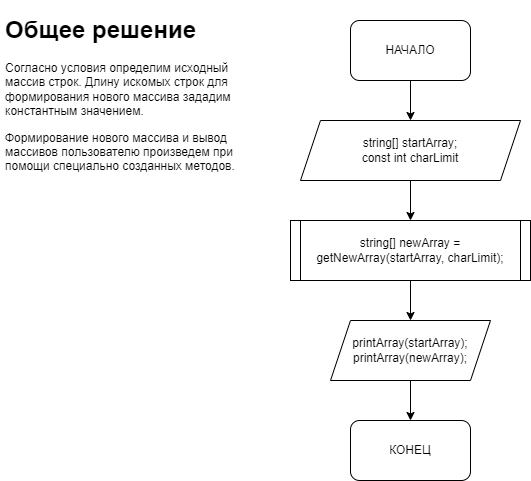
jokerjam-s/GB_ControlWork_001 keeps this draw.io diagram as Images/Main.drawio.png. Above is the earlier version. Source tidied: cells renumbered, new cells last; positions are measured from the earlier drawing's top-left corner, leaving out a move shared by most shapes. The source it was exported from:
```xml
<mxGraphModel>
  <root>
    <mxCell id="0" />
    <mxCell id="1" parent="0" />
    <mxCell id="2" style="edgeStyle=orthogonalEdgeStyle;rounded=0;jettySize=auto;html=1;exitX=0.5;exitY=1;exitDx=0;exitDy=0;entryX=0.5;entryY=0;entryDx=0;entryDy=0;" parent="1" edge="1" source="3" target="5">
      <mxGeometry relative="1" as="geometry" />
    </mxCell>
    <mxCell id="3" value="НАЧАЛО" style="rounded=1;whiteSpace=wrap;html=1;" parent="1" vertex="1">
      <mxGeometry x="350" y="10" width="120" height="60" as="geometry" />
    </mxCell>
    <mxCell id="4" style="edgeStyle=orthogonalEdgeStyle;rounded=0;jettySize=auto;html=1;exitX=0.5;exitY=1;exitDx=0;exitDy=0;entryX=0.5;entryY=0;entryDx=0;entryDy=0;" parent="1" edge="1" source="5" target="7">
      <mxGeometry relative="1" as="geometry" />
    </mxCell>
    <mxCell id="5" value="string[] startArray;&lt;br&gt;const int charLimit" style="shape=parallelogram;perimeter=parallelogramPerimeter;whiteSpace=wrap;html=1;fixedSize=1;" parent="1" vertex="1">
      <mxGeometry x="300" y="110" width="220" height="60" as="geometry" />
    </mxCell>
    <mxCell id="6" style="edgeStyle=orthogonalEdgeStyle;rounded=0;jettySize=auto;html=1;entryX=0.5;entryY=0;entryDx=0;entryDy=0;" parent="1" edge="1" source="7" target="10">
      <mxGeometry relative="1" as="geometry" />
    </mxCell>
    <mxCell id="7" value="string[] newArray = getNewArray(startArray, charLimit);" style="shape=process;whiteSpace=wrap;html=1;backgroundOutline=1;size=0.041666666666666664;" parent="1" vertex="1">
      <mxGeometry x="290" y="210" width="240" height="60" as="geometry" />
    </mxCell>
    <mxCell id="8" value="КОНЕЦ" style="rounded=1;whiteSpace=wrap;html=1;" parent="1" vertex="1">
      <mxGeometry x="350" y="410" width="120" height="60" as="geometry" />
    </mxCell>
    <mxCell id="9" style="edgeStyle=orthogonalEdgeStyle;rounded=0;jettySize=auto;html=1;exitX=0.5;exitY=1;exitDx=0;exitDy=0;entryX=0.5;entryY=0;entryDx=0;entryDy=0;" parent="1" edge="1" source="10" target="8">
      <mxGeometry relative="1" as="geometry" />
    </mxCell>
    <mxCell id="10" value="printArray(startArray);&lt;br&gt;printArray(newArray);" style="shape=parallelogram;perimeter=parallelogramPerimeter;whiteSpace=wrap;html=1;fixedSize=1;" parent="1" vertex="1">
      <mxGeometry x="330" y="310" width="160" height="60" as="geometry" />
    </mxCell>
    <mxCell id="11" value="&lt;h1&gt;Общее решение&lt;/h1&gt;&lt;p&gt;Согласно условия определим исходный массив строк. Длину искомых строк для формирования нового массива зададим константным значением.&lt;/p&gt;&lt;p&gt;&lt;span style=&quot;background-color: initial;&quot;&gt;Формирование нового массива и вывод&amp;nbsp; массивов пользователю произведем при помощи специально созданных методов.&lt;/span&gt;&lt;/p&gt;" style="text;html=1;strokeColor=none;fillColor=none;spacing=5;spacingTop=-20;whiteSpace=wrap;overflow=hidden;rounded=0;" parent="1" vertex="1">
      <mxGeometry width="260" height="210" as="geometry" />
    </mxCell>
  </root>
</mxGraphModel>
```
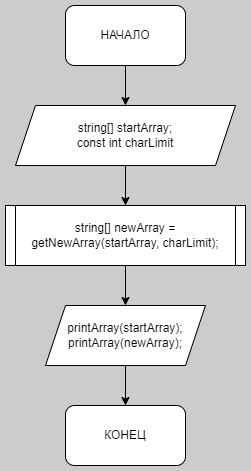
The same diagram one commit later.

The edit, as a diff of the source:
```diff
@@ -1,36 +1,33 @@
-<mxGraphModel>
+<mxGraphModel background="#CCCCCC">
   <root>
     <mxCell id="0" />
     <mxCell id="1" parent="0" />
-    <mxCell id="2" style="edgeStyle=orthogonalEdgeStyle;rounded=0;jettySize=auto;html=1;exitX=0.5;exitY=1;exitDx=0;exitDy=0;entryX=0.5;entryY=0;entryDx=0;entryDy=0;" parent="1" edge="1" source="3" target="5">
+    <mxCell id="2" style="edgeStyle=orthogonalEdgeStyle;rounded=0;jettySize=auto;html=1;exitX=0.5;exitY=1;exitDx=0;exitDy=0;entryX=0.5;entryY=0;entryDx=0;entryDy=0;strokeColor=#000000;" parent="1" edge="1" source="3" target="5">
       <mxGeometry relative="1" as="geometry" />
     </mxCell>
-    <mxCell id="3" value="НАЧАЛО" style="rounded=1;whiteSpace=wrap;html=1;" parent="1" vertex="1">
+    <mxCell id="3" value="НАЧАЛО" style="rounded=1;whiteSpace=wrap;html=1;strokeColor=#000000;" parent="1" vertex="1">
       <mxGeometry x="350" y="10" width="120" height="60" as="geometry" />
     </mxCell>
-    <mxCell id="4" style="edgeStyle=orthogonalEdgeStyle;rounded=0;jettySize=auto;html=1;exitX=0.5;exitY=1;exitDx=0;exitDy=0;entryX=0.5;entryY=0;entryDx=0;entryDy=0;" parent="1" edge="1" source="5" target="7">
+    <mxCell id="4" style="edgeStyle=orthogonalEdgeStyle;rounded=0;jettySize=auto;html=1;exitX=0.5;exitY=1;exitDx=0;exitDy=0;entryX=0.5;entryY=0;entryDx=0;entryDy=0;strokeColor=#000000;" parent="1" edge="1" source="5" target="7">
       <mxGeometry relative="1" as="geometry" />
     </mxCell>
-    <mxCell id="5" value="string[] startArray;&lt;br&gt;const int charLimit" style="shape=parallelogram;perimeter=parallelogramPerimeter;whiteSpace=wrap;html=1;fixedSize=1;" parent="1" vertex="1">
+    <mxCell id="5" value="string[] startArray;&lt;br&gt;const int charLimit" style="shape=parallelogram;perimeter=parallelogramPerimeter;whiteSpace=wrap;html=1;fixedSize=1;strokeColor=#000000;" parent="1" vertex="1">
       <mxGeometry x="300" y="110" width="220" height="60" as="geometry" />
     </mxCell>
-    <mxCell id="6" style="edgeStyle=orthogonalEdgeStyle;rounded=0;jettySize=auto;html=1;entryX=0.5;entryY=0;entryDx=0;entryDy=0;" parent="1" edge="1" source="7" target="10">
+    <mxCell id="6" style="edgeStyle=orthogonalEdgeStyle;rounded=0;jettySize=auto;html=1;entryX=0.5;entryY=0;entryDx=0;entryDy=0;strokeColor=#000000;" parent="1" edge="1" source="7" target="10">
       <mxGeometry relative="1" as="geometry" />
     </mxCell>
-    <mxCell id="7" value="string[] newArray = getNewArray(startArray, charLimit);" style="shape=process;whiteSpace=wrap;html=1;backgroundOutline=1;size=0.041666666666666664;" parent="1" vertex="1">
+    <mxCell id="7" value="string[] newArray = getNewArray(startArray, charLimit);" style="shape=process;whiteSpace=wrap;html=1;backgroundOutline=1;size=0.041666666666666664;strokeColor=#000000;" parent="1" vertex="1">
       <mxGeometry x="290" y="210" width="240" height="60" as="geometry" />
     </mxCell>
-    <mxCell id="8" value="КОНЕЦ" style="rounded=1;whiteSpace=wrap;html=1;" parent="1" vertex="1">
+    <mxCell id="8" value="КОНЕЦ" style="rounded=1;whiteSpace=wrap;html=1;strokeColor=#000000;" parent="1" vertex="1">
       <mxGeometry x="350" y="410" width="120" height="60" as="geometry" />
     </mxCell>
-    <mxCell id="9" style="edgeStyle=orthogonalEdgeStyle;rounded=0;jettySize=auto;html=1;exitX=0.5;exitY=1;exitDx=0;exitDy=0;entryX=0.5;entryY=0;entryDx=0;entryDy=0;" parent="1" edge="1" source="10" target="8">
+    <mxCell id="9" style="edgeStyle=orthogonalEdgeStyle;rounded=0;jettySize=auto;html=1;exitX=0.5;exitY=1;exitDx=0;exitDy=0;entryX=0.5;entryY=0;entryDx=0;entryDy=0;strokeColor=#000000;" parent="1" edge="1" source="10" target="8">
       <mxGeometry relative="1" as="geometry" />
     </mxCell>
-    <mxCell id="10" value="printArray(startArray);&lt;br&gt;printArray(newArray);" style="shape=parallelogram;perimeter=parallelogramPerimeter;whiteSpace=wrap;html=1;fixedSize=1;" parent="1" vertex="1">
+    <mxCell id="10" value="printArray(startArray);&lt;br&gt;printArray(newArray);" style="shape=parallelogram;perimeter=parallelogramPerimeter;whiteSpace=wrap;html=1;fixedSize=1;strokeColor=#000000;" parent="1" vertex="1">
       <mxGeometry x="330" y="310" width="160" height="60" as="geometry" />
     </mxCell>
-    <mxCell id="11" value="&lt;h1&gt;Общее решение&lt;/h1&gt;&lt;p&gt;Согласно условия определим исходный массив строк. Длину искомых строк для формирования нового массива зададим константным значением.&lt;/p&gt;&lt;p&gt;&lt;span style=&quot;background-color: initial;&quot;&gt;Формирование нового массива и вывод&amp;nbsp; массивов пользователю произведем при помощи специально созданных методов.&lt;/span&gt;&lt;/p&gt;" style="text;html=1;strokeColor=none;fillColor=none;spacing=5;spacingTop=-20;whiteSpace=wrap;overflow=hidden;rounded=0;" parent="1" vertex="1">
-      <mxGeometry width="260" height="210" as="geometry" />
-    </mxCell>
   </root>
 </mxGraphModel>
```
